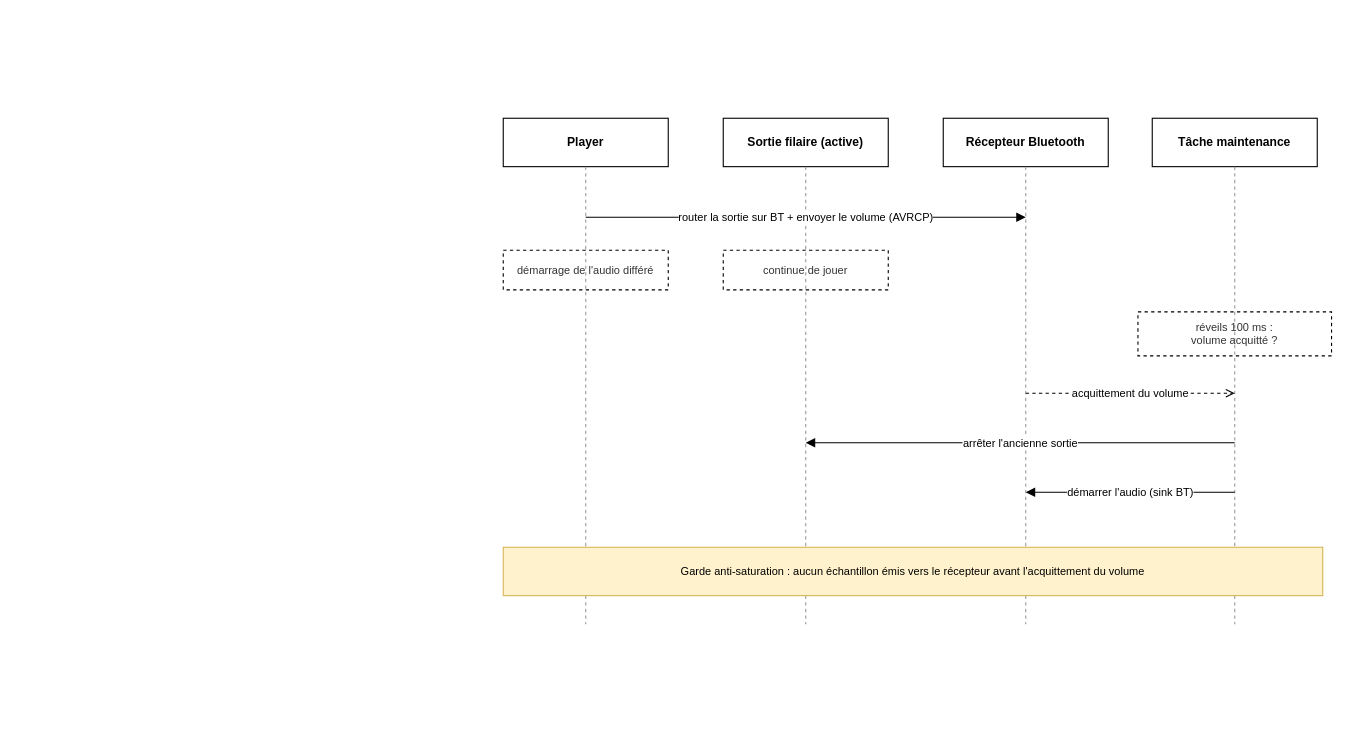
This is assets/figures/Bascule_bluetooth.drawio from dossantosyann/TB2026-YDS-Report, a draw.io file, before an edit. Source tidied: cells renumbered, new cells numbered last; positions are measured from the earlier drawing's top-left corner, leaving out a move shared by most shapes. Both pictures are drawn from the tidied source at 110%, with x=0, y=0 at pixel (503, 118).
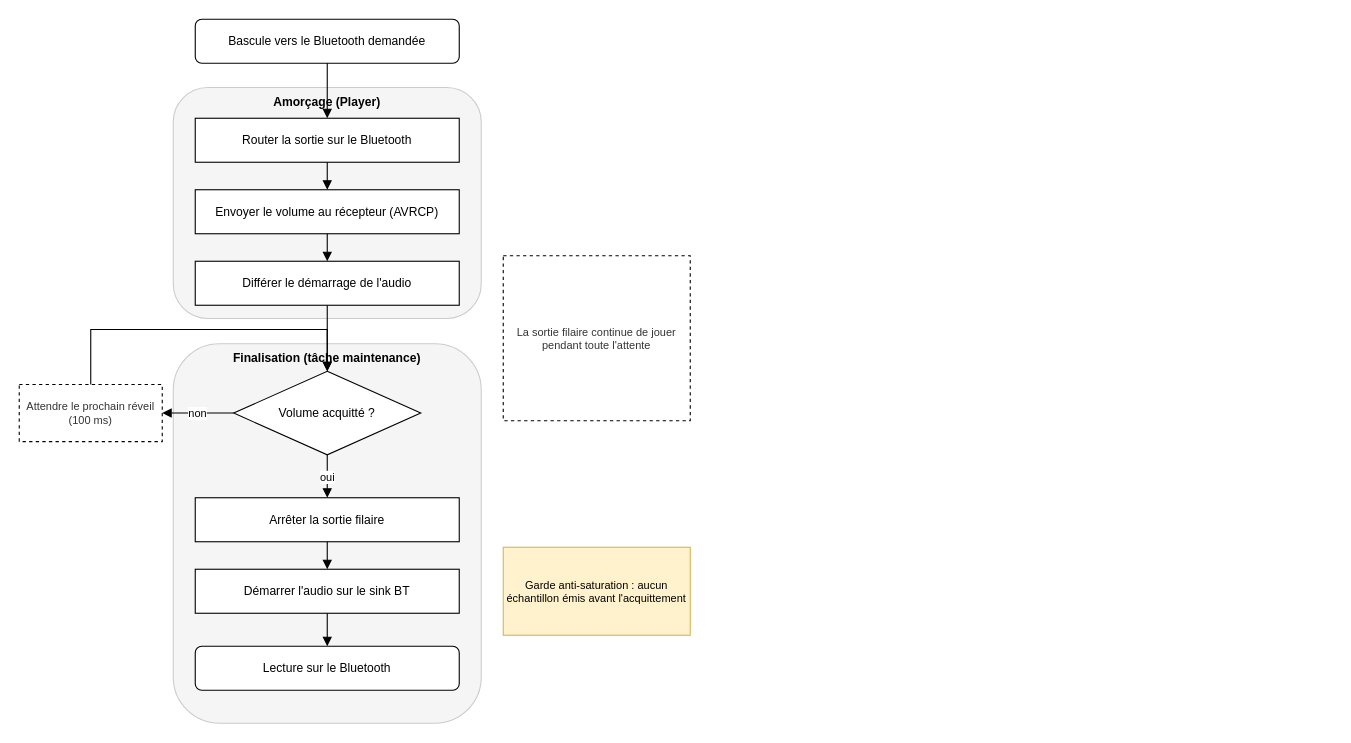
Above is the later version.

Commit message:
Modif diagramme

Change to the diagram source:
```diff
@@
-    <mxCell id="2" value="Player" style="rounded=0;whiteSpace=wrap;html=1;fontSize=11;fontStyle=1;" parent="1" vertex="1">
-      <mxGeometry width="150" height="44" as="geometry" />
-    </mxCell>
-    <mxCell id="3" value="Sortie filaire (active)" style="rounded=0;whiteSpace=wrap;html=1;fontSize=11;fontStyle=1;" parent="1" vertex="1">
-      <mxGeometry x="200" width="150" height="44" as="geometry" />
-    </mxCell>
-    <mxCell id="4" value="Récepteur Bluetooth" style="rounded=0;whiteSpace=wrap;html=1;fontSize=11;fontStyle=1;" parent="1" vertex="1">
-      <mxGeometry x="400" width="150" height="44" as="geometry" />
-    </mxCell>
-    <mxCell id="5" value="Tâche maintenance" style="rounded=0;whiteSpace=wrap;html=1;fontSize=11;fontStyle=1;" parent="1" vertex="1">
-      <mxGeometry x="590" width="150" height="44" as="geometry" />
-    </mxCell>
-    <mxCell id="6" style="endArrow=none;dashed=1;html=1;strokeColor=#999999;" parent="1" edge="1">
-      <mxGeometry relative="1" as="geometry">
-        <mxPoint x="75" y="44" as="sourcePoint" />
-        <mxPoint x="75" y="460" as="targetPoint" />
-      </mxGeometry>
-    </mxCell>
-    <mxCell id="7" style="endArrow=none;dashed=1;html=1;strokeColor=#999999;" parent="1" edge="1">
-      <mxGeometry relative="1" as="geometry">
-        <mxPoint x="275" y="44" as="sourcePoint" />
-        <mxPoint x="275" y="460" as="targetPoint" />
-      </mxGeometry>
-    </mxCell>
-    <mxCell id="8" style="endArrow=none;dashed=1;html=1;strokeColor=#999999;" parent="1" edge="1">
-      <mxGeometry relative="1" as="geometry">
-        <mxPoint x="475" y="44" as="sourcePoint" />
-        <mxPoint x="475" y="460" as="targetPoint" />
-      </mxGeometry>
-    </mxCell>
-    <mxCell id="9" style="endArrow=none;dashed=1;html=1;strokeColor=#999999;" parent="1" edge="1">
-      <mxGeometry relative="1" as="geometry">
-        <mxPoint x="665" y="44" as="sourcePoint" />
-        <mxPoint x="665" y="460" as="targetPoint" />
-      </mxGeometry>
-    </mxCell>
-    <mxCell id="10" value="router la sortie sur BT + envoyer le volume (AVRCP)" style="endArrow=block;html=1;rounded=0;fontSize=10;" parent="1" edge="1">
-      <mxGeometry relative="1" as="geometry">
-        <mxPoint x="75" y="90" as="sourcePoint" />
-        <mxPoint x="475" y="90" as="targetPoint" />
-      </mxGeometry>
-    </mxCell>
-    <mxCell id="11" value="démarrage de l'audio différé" style="rounded=0;whiteSpace=wrap;html=1;dashed=1;fillColor=none;fontSize=10;fontColor=#333333;" parent="1" vertex="1">
-      <mxGeometry y="120" width="150" height="36" as="geometry" />
-    </mxCell>
-    <mxCell id="12" value="continue de jouer" style="rounded=0;whiteSpace=wrap;html=1;dashed=1;fillColor=none;fontSize=10;fontColor=#333333;" parent="1" vertex="1">
-      <mxGeometry x="200" y="120" width="150" height="36" as="geometry" />
-    </mxCell>
-    <mxCell id="13" value="réveils 100 ms :&#10;volume acquitté ?" style="rounded=0;whiteSpace=wrap;html=1;dashed=1;fillColor=none;fontSize=10;fontColor=#333333;" parent="1" vertex="1">
-      <mxGeometry x="577" y="176" width="176" height="40" as="geometry" />
-    </mxCell>
-    <mxCell id="14" value="acquittement du volume" style="endArrow=open;dashed=1;html=1;rounded=0;fontSize=10;" parent="1" edge="1">
-      <mxGeometry relative="1" as="geometry">
-        <mxPoint x="475" y="250" as="sourcePoint" />
-        <mxPoint x="665" y="250" as="targetPoint" />
-      </mxGeometry>
-    </mxCell>
-    <mxCell id="15" value="arrêter l'ancienne sortie" style="endArrow=block;html=1;rounded=0;fontSize=10;" parent="1" edge="1">
-      <mxGeometry relative="1" as="geometry">
-        <mxPoint x="665" y="295" as="sourcePoint" />
-        <mxPoint x="275" y="295" as="targetPoint" />
-      </mxGeometry>
-    </mxCell>
-    <mxCell id="16" value="démarrer l'audio (sink BT)" style="endArrow=block;html=1;rounded=0;fontSize=10;" parent="1" edge="1">
-      <mxGeometry relative="1" as="geometry">
-        <mxPoint x="665" y="340" as="sourcePoint" />
-        <mxPoint x="475" y="340" as="targetPoint" />
-      </mxGeometry>
-    </mxCell>
+    <mxCell id="18" value="Amorçage (Player)" style="rounded=1;whiteSpace=wrap;html=1;fillColor=#f5f5f5;strokeColor=#cccccc;verticalAlign=top;fontStyle=1;fontSize=11;" parent="1" vertex="1">
+      <mxGeometry x="-300" y="-28" width="280" height="210" as="geometry" />
+    </mxCell>
+    <mxCell id="19" value="Finalisation (tâche maintenance)" style="rounded=1;whiteSpace=wrap;html=1;fillColor=#f5f5f5;strokeColor=#cccccc;verticalAlign=top;fontStyle=1;fontSize=11;" parent="1" vertex="1">
+      <mxGeometry x="-300" y="205" width="280" height="345" as="geometry" />
+    </mxCell>
+    <mxCell id="20" value="Bascule vers le Bluetooth demandée" style="rounded=1;whiteSpace=wrap;html=1;fontSize=11;" parent="1" vertex="1">
+      <mxGeometry x="-280" y="-90" width="240" height="40" as="geometry" />
+    </mxCell>
+    <mxCell id="21" value="Router la sortie sur le Bluetooth" style="rounded=0;whiteSpace=wrap;html=1;fontSize=11;fillColor=#ffffff;" parent="1" vertex="1">
+      <mxGeometry x="-280" width="240" height="40" as="geometry" />
+    </mxCell>
+    <mxCell id="22" value="Envoyer le volume au récepteur (AVRCP)" style="rounded=0;whiteSpace=wrap;html=1;fontSize=11;fillColor=#ffffff;" parent="1" vertex="1">
+      <mxGeometry x="-280" y="65" width="240" height="40" as="geometry" />
+    </mxCell>
+    <mxCell id="23" value="Différer le démarrage de l'audio" style="rounded=0;whiteSpace=wrap;html=1;fontSize=11;fillColor=#ffffff;" parent="1" vertex="1">
+      <mxGeometry x="-280" y="130" width="240" height="40" as="geometry" />
+    </mxCell>
+    <mxCell id="24" value="Volume acquitté ?" style="rhombus;whiteSpace=wrap;html=1;fontSize=11;fillColor=#ffffff;" parent="1" vertex="1">
+      <mxGeometry x="-245" y="230" width="170" height="76" as="geometry" />
+    </mxCell>
+    <mxCell id="25" value="Attendre le prochain réveil (100 ms)" style="rounded=0;whiteSpace=wrap;html=1;dashed=1;fillColor=none;fontSize=10;fontColor=#333333;" parent="1" vertex="1">
+      <mxGeometry x="-440" y="242" width="130" height="52" as="geometry" />
+    </mxCell>
+    <mxCell id="26" value="Arrêter la sortie filaire" style="rounded=0;whiteSpace=wrap;html=1;fontSize=11;fillColor=#ffffff;" parent="1" vertex="1">
+      <mxGeometry x="-280" y="345" width="240" height="40" as="geometry" />
+    </mxCell>
+    <mxCell id="27" value="Démarrer l'audio sur le sink BT" style="rounded=0;whiteSpace=wrap;html=1;fontSize=11;fillColor=#ffffff;" parent="1" vertex="1">
+      <mxGeometry x="-280" y="410" width="240" height="40" as="geometry" />
+    </mxCell>
+    <mxCell id="28" value="Lecture sur le Bluetooth" style="rounded=1;whiteSpace=wrap;html=1;fontSize=11;" parent="1" vertex="1">
+      <mxGeometry x="-280" y="480" width="240" height="40" as="geometry" />
+    </mxCell>
+    <mxCell id="29" value="La sortie filaire continue de jouer pendant toute l'attente" style="rounded=0;whiteSpace=wrap;html=1;dashed=1;fillColor=none;fontSize=10;fontColor=#333333;" parent="1" vertex="1">
+      <mxGeometry y="125" width="170" height="150" as="geometry" />
+    </mxCell>
-    <mxCell id="17" value="Garde anti-saturation : aucun échantillon émis vers le récepteur avant l'acquittement du volume" style="rounded=0;whiteSpace=wrap;html=1;fontSize=10;fillColor=#fff2cc;strokeColor=#d6b656;" parent="1" vertex="1">
-      <mxGeometry y="390" width="745" height="44" as="geometry" />
+    <mxCell id="17" value="Garde anti-saturation : aucun échantillon émis avant l'acquittement" style="rounded=0;whiteSpace=wrap;html=1;fillColor=#fff2cc;strokeColor=#d6b656;fontSize=10;" parent="1" vertex="1">
+      <mxGeometry y="390" width="170" height="80" as="geometry" />
     </mxCell>
+    <mxCell id="30" style="edgeStyle=orthogonalEdgeStyle;rounded=0;html=1;endArrow=block;" parent="1" edge="1" source="20" target="21">
+      <mxGeometry relative="1" as="geometry" />
+    </mxCell>
+    <mxCell id="31" style="edgeStyle=orthogonalEdgeStyle;rounded=0;html=1;endArrow=block;" parent="1" edge="1" source="21" target="22">
+      <mxGeometry relative="1" as="geometry" />
+    </mxCell>
+    <mxCell id="32" style="edgeStyle=orthogonalEdgeStyle;rounded=0;html=1;endArrow=block;" parent="1" edge="1" source="22" target="23">
+      <mxGeometry relative="1" as="geometry" />
+    </mxCell>
+    <mxCell id="33" style="edgeStyle=orthogonalEdgeStyle;rounded=0;html=1;endArrow=block;" parent="1" edge="1" source="23" target="24">
+      <mxGeometry relative="1" as="geometry" />
+    </mxCell>
+    <mxCell id="34" value="oui" style="edgeStyle=orthogonalEdgeStyle;rounded=0;html=1;endArrow=block;fontSize=10;" parent="1" edge="1" source="24" target="26">
+      <mxGeometry relative="1" as="geometry" />
+    </mxCell>
+    <mxCell id="35" value="non" style="edgeStyle=orthogonalEdgeStyle;rounded=0;html=1;endArrow=block;fontSize=10;exitX=0;exitY=0.5;exitDx=0;exitDy=0;" parent="1" edge="1" source="24" target="25">
+      <mxGeometry relative="1" as="geometry" />
+    </mxCell>
+    <mxCell id="36" style="edgeStyle=orthogonalEdgeStyle;rounded=0;html=1;endArrow=block;exitX=0.5;exitY=0;exitDx=0;exitDy=0;entryX=0.5;entryY=0;entryDx=0;entryDy=0;" parent="1" edge="1" source="25" target="24">
+      <mxGeometry relative="1" as="geometry">
+        <Array as="points">
+          <mxPoint x="-375" y="192" />
+          <mxPoint x="-160" y="192" />
+        </Array>
+      </mxGeometry>
+    </mxCell>
+    <mxCell id="37" style="edgeStyle=orthogonalEdgeStyle;rounded=0;html=1;endArrow=block;" parent="1" edge="1" source="26" target="27">
+      <mxGeometry relative="1" as="geometry" />
+    </mxCell>
+    <mxCell id="38" style="edgeStyle=orthogonalEdgeStyle;rounded=0;html=1;endArrow=block;" parent="1" edge="1" source="27" target="28">
+      <mxGeometry relative="1" as="geometry" />
+    </mxCell>
```
